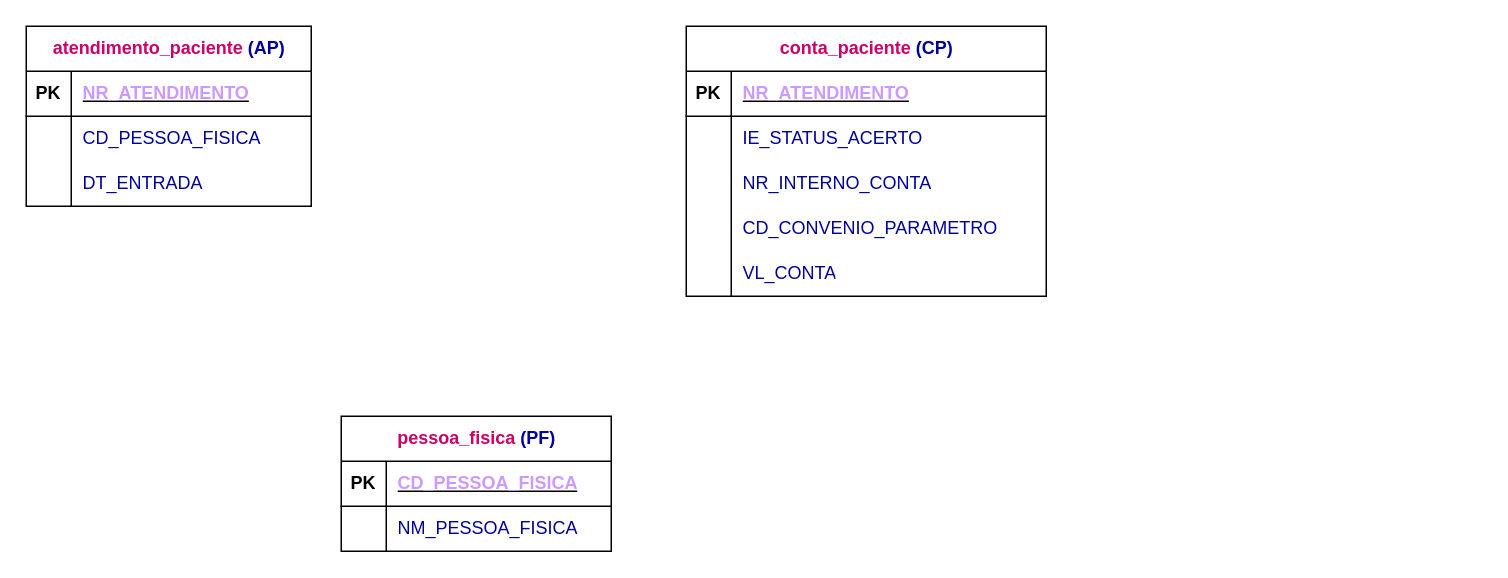
This is Exercício12.drawio from PatriciaGavloski/diagramas.sql, a draw.io file, before an edit. Source tidied: cells renumbered, new cells numbered last; positions are measured from the earlier drawing's top-left corner, leaving out a move shared by most shapes. Both pictures are drawn from the tidied source at 150%, with x=0, y=0 at pixel (26, 26).
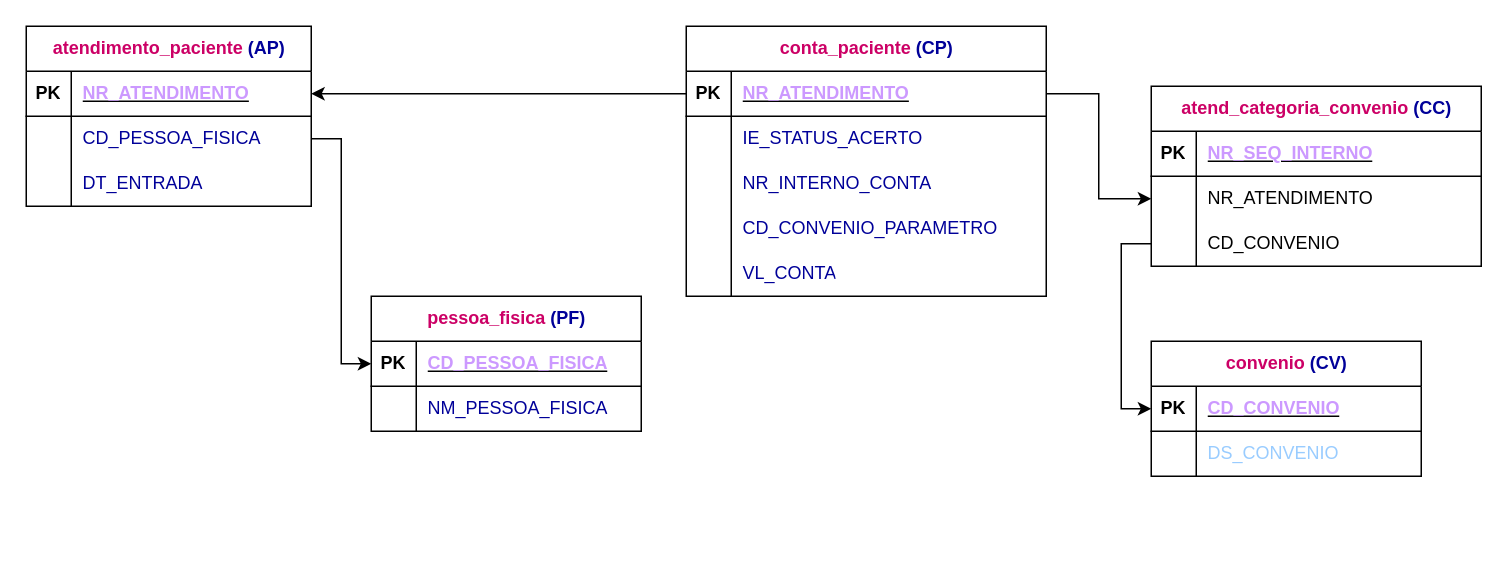
The same page after the edit.

Unchanged cells that the change refers to:
```xml
<mxCell id="3" style="shape=tableRow;horizontal=0;startSize=0;swimlaneHead=0;swimlaneBody=0;fillColor=none;points=[[0,0.5],[1,0.5]];portConstraint=eastwest;top=0;left=0;right=0;bottom=1;" parent="2" vertex="1">
  <mxGeometry y="30" width="240" height="30" as="geometry" />
</mxCell>
<mxCell id="19" style="shape=tableRow;horizontal=0;startSize=0;swimlaneHead=0;swimlaneBody=0;fillColor=none;points=[[0,0.5],[1,0.5]];portConstraint=eastwest;top=0;left=0;right=0;bottom=1;" parent="18" vertex="1">
  <mxGeometry y="30" width="190" height="30" as="geometry" />
</mxCell>
<mxCell id="22" style="shape=tableRow;horizontal=0;startSize=0;swimlaneHead=0;swimlaneBody=0;fillColor=none;points=[[0,0.5],[1,0.5]];portConstraint=eastwest;top=0;left=0;right=0;bottom=0;" parent="18" vertex="1">
  <mxGeometry y="60" width="190" height="30" as="geometry" />
</mxCell>
<mxCell id="29" style="shape=tableRow;horizontal=0;startSize=0;swimlaneHead=0;swimlaneBody=0;fillColor=none;points=[[0,0.5],[1,0.5]];portConstraint=eastwest;top=0;left=0;right=0;bottom=1;" parent="28" vertex="1">
  <mxGeometry y="30" width="180" height="30" as="geometry" />
</mxCell>
```

The edit, as a diff of the source:
```diff
@@
     <mxCell id="28" value="&lt;font color=&quot;#cc0066&quot;&gt;pessoa_fisica &lt;/font&gt;&lt;font color=&quot;#000099&quot;&gt;(PF)&lt;/font&gt;" style="shape=table;startSize=30;childLayout=tableLayout;rowLines=0;fontStyle=1;align=center;html=1;" parent="1" vertex="1">
-      <mxGeometry x="210" y="260" width="180" height="90" as="geometry" />
+      <mxGeometry x="230" y="180" width="180" height="90" as="geometry" />
     </mxCell>
@@
+    <mxCell id="35" value="&lt;font color=&quot;#cc0066&quot;&gt;atend_categoria_convenio &lt;/font&gt;&lt;font color=&quot;#000099&quot;&gt;(CC)&lt;/font&gt;" style="shape=table;startSize=30;childLayout=tableLayout;rowLines=0;fontStyle=1;align=center;html=1;" parent="1" vertex="1">
+      <mxGeometry x="750" y="40" width="220" height="120" as="geometry" />
+    </mxCell>
+    <mxCell id="36" style="shape=tableRow;horizontal=0;startSize=0;swimlaneHead=0;swimlaneBody=0;fillColor=none;top=0;left=0;right=0;bottom=1;" parent="35" vertex="1">
+      <mxGeometry y="30" width="220" height="30" as="geometry" />
+    </mxCell>
+    <mxCell id="37" value="PK" style="shape=partialRectangle;fillColor=none;top=0;left=0;bottom=0;right=0;fontStyle=1;overflow=hidden;whiteSpace=wrap;html=1;" parent="36" vertex="1">
+      <mxGeometry width="30" height="30" as="geometry" />
+    </mxCell>
+    <mxCell id="38" value="&lt;font color=&quot;#cc99ff&quot;&gt;NR_SEQ_INTERNO&lt;/font&gt;" style="shape=partialRectangle;fillColor=none;top=0;left=0;bottom=0;right=0;align=left;spacingLeft=6;fontStyle=5;overflow=hidden;whiteSpace=wrap;html=1;" parent="36" vertex="1">
+      <mxGeometry x="30" width="190" height="30" as="geometry" />
+    </mxCell>
+    <mxCell id="39" style="shape=tableRow;horizontal=0;startSize=0;swimlaneHead=0;swimlaneBody=0;fillColor=none;points=[[0,0.5],[1,0.5]];portConstraint=eastwest;top=0;left=0;right=0;bottom=0;" parent="35" vertex="1">
+      <mxGeometry y="60" width="220" height="30" as="geometry" />
+    </mxCell>
+    <mxCell id="40" style="shape=partialRectangle;fillColor=none;top=0;left=0;bottom=0;right=0;overflow=hidden;whiteSpace=wrap;html=1;" parent="39" vertex="1">
+      <mxGeometry width="30" height="30" as="geometry" />
+    </mxCell>
+    <mxCell id="41" value="NR_ATENDIMENTO" style="shape=partialRectangle;fillColor=none;top=0;left=0;bottom=0;right=0;align=left;spacingLeft=6;overflow=hidden;whiteSpace=wrap;html=1;" parent="39" vertex="1">
+      <mxGeometry x="30" width="190" height="30" as="geometry" />
+    </mxCell>
+    <mxCell id="42" style="shape=tableRow;horizontal=0;startSize=0;swimlaneHead=0;swimlaneBody=0;fillColor=none;points=[[0,0.5],[1,0.5]];portConstraint=eastwest;top=0;left=0;right=0;bottom=0;" parent="35" vertex="1">
+      <mxGeometry y="90" width="220" height="30" as="geometry" />
+    </mxCell>
+    <mxCell id="43" style="shape=partialRectangle;fillColor=none;top=0;left=0;bottom=0;right=0;overflow=hidden;whiteSpace=wrap;html=1;" parent="42" vertex="1">
+      <mxGeometry width="30" height="30" as="geometry" />
+    </mxCell>
+    <mxCell id="44" value="CD_CONVENIO" style="shape=partialRectangle;fillColor=none;top=0;left=0;bottom=0;right=0;align=left;spacingLeft=6;overflow=hidden;whiteSpace=wrap;html=1;" parent="42" vertex="1">
+      <mxGeometry x="30" width="190" height="30" as="geometry" />
+    </mxCell>
+    <mxCell id="45" style="edgeStyle=orthogonalEdgeStyle;rounded=0;jettySize=auto;html=1;exitX=1;exitY=0.5;exitDx=0;exitDy=0;" parent="1" edge="1" source="3" target="39">
+      <mxGeometry relative="1" as="geometry" />
+    </mxCell>
+    <mxCell id="46" style="edgeStyle=orthogonalEdgeStyle;rounded=0;jettySize=auto;html=1;exitX=0;exitY=0.5;exitDx=0;exitDy=0;entryX=1;entryY=0.5;entryDx=0;entryDy=0;" parent="1" edge="1" source="3" target="19">
+      <mxGeometry relative="1" as="geometry" />
+    </mxCell>
+    <mxCell id="47" style="edgeStyle=orthogonalEdgeStyle;rounded=0;jettySize=auto;html=1;exitX=1;exitY=0.5;exitDx=0;exitDy=0;entryX=0;entryY=0.5;entryDx=0;entryDy=0;" parent="1" edge="1" source="22" target="29">
+      <mxGeometry relative="1" as="geometry" />
+    </mxCell>
+    <mxCell id="48" value="&lt;font color=&quot;#cc0066&quot;&gt;convenio &lt;/font&gt;&lt;font color=&quot;#000099&quot;&gt;(CV)&lt;/font&gt;" style="shape=table;startSize=30;childLayout=tableLayout;rowLines=0;fontStyle=1;align=center;html=1;" parent="1" vertex="1">
+      <mxGeometry x="750" y="210" width="180" height="90" as="geometry" />
+    </mxCell>
+    <mxCell id="49" style="shape=tableRow;horizontal=0;startSize=0;swimlaneHead=0;swimlaneBody=0;fillColor=none;points=[[0,0.5],[1,0.5]];portConstraint=eastwest;top=0;left=0;right=0;bottom=1;" parent="48" vertex="1">
+      <mxGeometry y="30" width="180" height="30" as="geometry" />
+    </mxCell>
+    <mxCell id="50" value="PK" style="shape=partialRectangle;fillColor=none;top=0;left=0;bottom=0;right=0;fontStyle=1;overflow=hidden;whiteSpace=wrap;html=1;" parent="49" vertex="1">
+      <mxGeometry width="30" height="30" as="geometry" />
+    </mxCell>
+    <mxCell id="51" value="&lt;font color=&quot;#cc99ff&quot;&gt;CD_CONVENIO&lt;/font&gt;" style="shape=partialRectangle;fillColor=none;top=0;left=0;bottom=0;right=0;align=left;spacingLeft=6;fontStyle=5;overflow=hidden;whiteSpace=wrap;html=1;" parent="49" vertex="1">
+      <mxGeometry x="30" width="150" height="30" as="geometry" />
+    </mxCell>
+    <mxCell id="52" style="shape=tableRow;horizontal=0;startSize=0;swimlaneHead=0;swimlaneBody=0;fillColor=none;top=0;left=0;right=0;bottom=0;" parent="48" vertex="1">
+      <mxGeometry y="60" width="180" height="30" as="geometry" />
+    </mxCell>
+    <mxCell id="53" style="shape=partialRectangle;fillColor=none;top=0;left=0;bottom=0;right=0;overflow=hidden;whiteSpace=wrap;html=1;" parent="52" vertex="1">
+      <mxGeometry width="30" height="30" as="geometry" />
+    </mxCell>
+    <mxCell id="54" value="&lt;font color=&quot;#99ccff&quot;&gt;DS_CONVENIO&lt;/font&gt;" style="shape=partialRectangle;fillColor=none;top=0;left=0;bottom=0;right=0;align=left;spacingLeft=6;overflow=hidden;whiteSpace=wrap;html=1;" parent="52" vertex="1">
+      <mxGeometry x="30" width="150" height="30" as="geometry" />
+    </mxCell>
+    <mxCell id="55" style="edgeStyle=orthogonalEdgeStyle;rounded=0;jettySize=auto;html=1;exitX=0;exitY=0.5;exitDx=0;exitDy=0;entryX=0;entryY=0.5;entryDx=0;entryDy=0;" parent="1" edge="1" source="42" target="49">
+      <mxGeometry relative="1" as="geometry" />
+    </mxCell>
```
